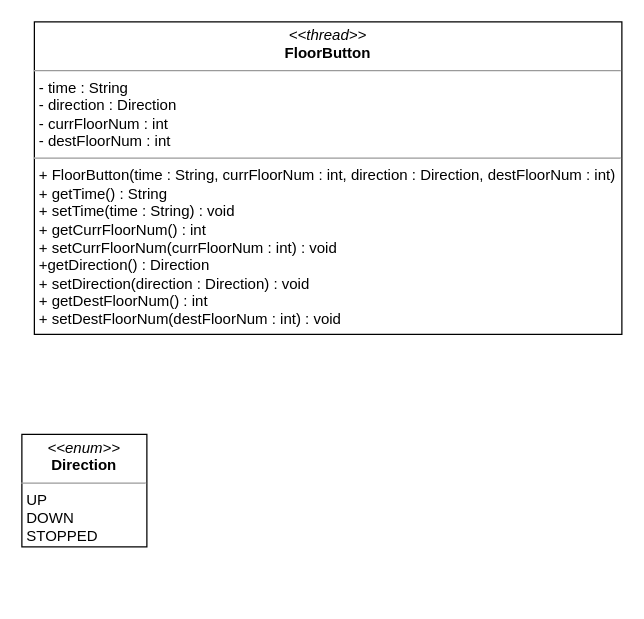
Above: ElevatorSystemUML.drawio in Keeferf/SYSC3303_Elevator_System (draw.io), before the change. Source tidied: cells renumbered, new cells numbered last; positions are measured from the earlier drawing's top-left corner, leaving out a move shared by most shapes. Both pictures are drawn from the tidied source at 125%, with x=0, y=0 at pixel (21, 21).
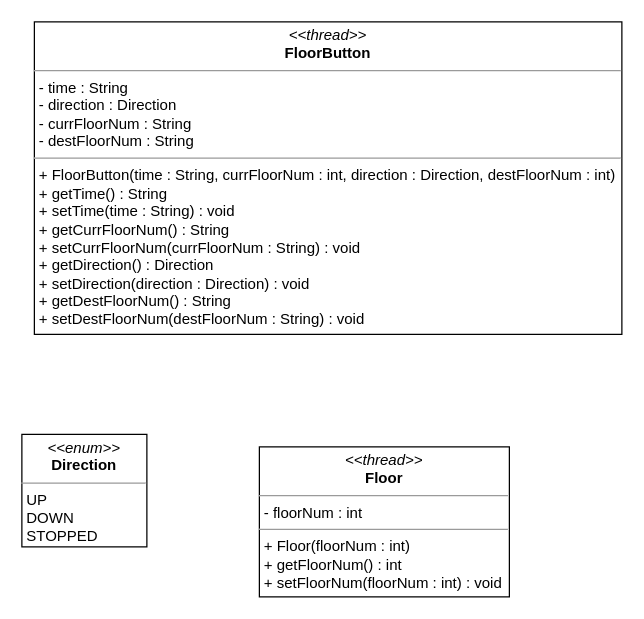
The same page after the edit.

Commit message (it also covers changes not shown here):
added javadoc to Floor.java, and updated UML

Diff of the diagram source:
```diff
@@
 <mxGraphModel>
   <root>
     <mxCell id="0" />
     <mxCell id="1" parent="0" />
-    <mxCell id="2" value="&lt;p style=&quot;margin:0px;margin-top:4px;text-align:center;&quot;&gt;&lt;i&gt;&amp;lt;&amp;lt;thread&amp;gt;&amp;gt;&lt;/i&gt;&lt;br&gt;&lt;b&gt;FloorButton&lt;/b&gt;&lt;/p&gt;&lt;hr size=&quot;1&quot;&gt;&lt;p style=&quot;margin:0px;margin-left:4px;&quot;&gt;- time : String&lt;/p&gt;&lt;p style=&quot;margin:0px;margin-left:4px;&quot;&gt;- direction : Direction&lt;/p&gt;&lt;p style=&quot;margin:0px;margin-left:4px;&quot;&gt;- currFloorNum : int&lt;/p&gt;&lt;p style=&quot;margin:0px;margin-left:4px;&quot;&gt;- destFloorNum : int&lt;/p&gt;&lt;hr size=&quot;1&quot;&gt;&lt;p style=&quot;margin:0px;margin-left:4px;&quot;&gt;+ FloorButton(time : String, currFloorNum : int, direction : Direction, destFloorNum : int)&lt;/p&gt;&lt;p style=&quot;margin:0px;margin-left:4px;&quot;&gt;+ getTime() : String&lt;/p&gt;&lt;p style=&quot;margin:0px;margin-left:4px;&quot;&gt;+ setTime(time : String) : void&lt;/p&gt;&lt;p style=&quot;margin:0px;margin-left:4px;&quot;&gt;+ getCurrFloorNum() : int&lt;/p&gt;&lt;p style=&quot;margin:0px;margin-left:4px;&quot;&gt;+ setCurrFloorNum(currFloorNum : int) : void&lt;/p&gt;&lt;p style=&quot;margin:0px;margin-left:4px;&quot;&gt;+getDirection() : Direction&lt;/p&gt;&lt;p style=&quot;margin:0px;margin-left:4px;&quot;&gt;+ setDirection(direction : Direction) : void&lt;/p&gt;&lt;p style=&quot;margin:0px;margin-left:4px;&quot;&gt;+ getDestFloorNum() : int&lt;/p&gt;&lt;p style=&quot;margin:0px;margin-left:4px;&quot;&gt;+ setDestFloorNum(destFloorNum : int) : void&lt;/p&gt;&lt;p style=&quot;margin:0px;margin-left:4px;&quot;&gt;&lt;br&gt;&lt;/p&gt;" style="verticalAlign=top;align=left;overflow=fill;fontSize=12;fontFamily=Helvetica;html=1;" parent="1" vertex="1">
+    <mxCell id="2" value="&lt;p style=&quot;margin:0px;margin-top:4px;text-align:center;&quot;&gt;&lt;i&gt;&amp;lt;&amp;lt;thread&amp;gt;&amp;gt;&lt;/i&gt;&lt;br&gt;&lt;b&gt;FloorButton&lt;/b&gt;&lt;/p&gt;&lt;hr size=&quot;1&quot;&gt;&lt;p style=&quot;margin:0px;margin-left:4px;&quot;&gt;- time : String&lt;/p&gt;&lt;p style=&quot;margin:0px;margin-left:4px;&quot;&gt;- direction : Direction&lt;/p&gt;&lt;p style=&quot;margin:0px;margin-left:4px;&quot;&gt;- currFloorNum : String&lt;/p&gt;&lt;p style=&quot;margin:0px;margin-left:4px;&quot;&gt;- destFloorNum : String&lt;/p&gt;&lt;hr size=&quot;1&quot;&gt;&lt;p style=&quot;margin:0px;margin-left:4px;&quot;&gt;+ FloorButton(time : String, currFloorNum : int, direction : Direction, destFloorNum : int)&lt;/p&gt;&lt;p style=&quot;margin:0px;margin-left:4px;&quot;&gt;+ getTime() : String&lt;/p&gt;&lt;p style=&quot;margin:0px;margin-left:4px;&quot;&gt;+ setTime(time : String) : void&lt;/p&gt;&lt;p style=&quot;margin:0px;margin-left:4px;&quot;&gt;+ getCurrFloorNum() : String&lt;/p&gt;&lt;p style=&quot;margin:0px;margin-left:4px;&quot;&gt;+ setCurrFloorNum(currFloorNum : String) : void&lt;/p&gt;&lt;p style=&quot;margin:0px;margin-left:4px;&quot;&gt;+ getDirection() : Direction&lt;/p&gt;&lt;p style=&quot;margin:0px;margin-left:4px;&quot;&gt;+ setDirection(direction : Direction) : void&lt;/p&gt;&lt;p style=&quot;margin:0px;margin-left:4px;&quot;&gt;+ getDestFloorNum() : String&lt;/p&gt;&lt;p style=&quot;margin:0px;margin-left:4px;&quot;&gt;+ setDestFloorNum(destFloorNum : String) : void&lt;/p&gt;&lt;p style=&quot;margin:0px;margin-left:4px;&quot;&gt;&lt;br&gt;&lt;/p&gt;" style="verticalAlign=top;align=left;overflow=fill;fontSize=12;fontFamily=Helvetica;html=1;" parent="1" vertex="1">
       <mxGeometry x="10" width="470" height="250" as="geometry" />
     </mxCell>
     <mxCell id="3" value="&lt;p style=&quot;margin:0px;margin-top:4px;text-align:center;&quot;&gt;&lt;i&gt;&amp;lt;&amp;lt;enum&amp;gt;&amp;gt;&lt;/i&gt;&lt;br&gt;&lt;b&gt;Direction&lt;/b&gt;&lt;/p&gt;&lt;hr size=&quot;1&quot;&gt;&lt;p style=&quot;margin:0px;margin-left:4px;&quot;&gt;UP&lt;/p&gt;&lt;p style=&quot;margin:0px;margin-left:4px;&quot;&gt;DOWN&lt;/p&gt;&lt;p style=&quot;margin:0px;margin-left:4px;&quot;&gt;STOPPED&lt;/p&gt;&lt;hr size=&quot;1&quot;&gt;&lt;p style=&quot;margin:0px;margin-left:4px;&quot;&gt;&lt;br&gt;&lt;/p&gt;" style="verticalAlign=top;align=left;overflow=fill;fontSize=12;fontFamily=Helvetica;html=1;" parent="1" vertex="1">
       <mxGeometry y="330" width="100" height="90" as="geometry" />
     </mxCell>
+    <mxCell id="4" value="&lt;p style=&quot;margin:0px;margin-top:4px;text-align:center;&quot;&gt;&lt;i&gt;&amp;lt;&amp;lt;thread&amp;gt;&amp;gt;&lt;/i&gt;&lt;br&gt;&lt;b&gt;Floor&lt;/b&gt;&lt;/p&gt;&lt;hr size=&quot;1&quot;&gt;&lt;p style=&quot;margin:0px;margin-left:4px;&quot;&gt;- floorNum : int&lt;/p&gt;&lt;hr size=&quot;1&quot;&gt;&lt;p style=&quot;margin:0px;margin-left:4px;&quot;&gt;+ Floor(floorNum : int)&lt;/p&gt;&lt;p style=&quot;margin:0px;margin-left:4px;&quot;&gt;+ getFloorNum() : int&lt;/p&gt;&lt;p style=&quot;margin:0px;margin-left:4px;&quot;&gt;+ setFloorNum(floorNum : int) : void&lt;/p&gt;" style="verticalAlign=top;align=left;overflow=fill;fontSize=12;fontFamily=Helvetica;html=1;" parent="1" vertex="1">
+      <mxGeometry x="190" y="340" width="200" height="120" as="geometry" />
+    </mxCell>
   </root>
 </mxGraphModel>
```
